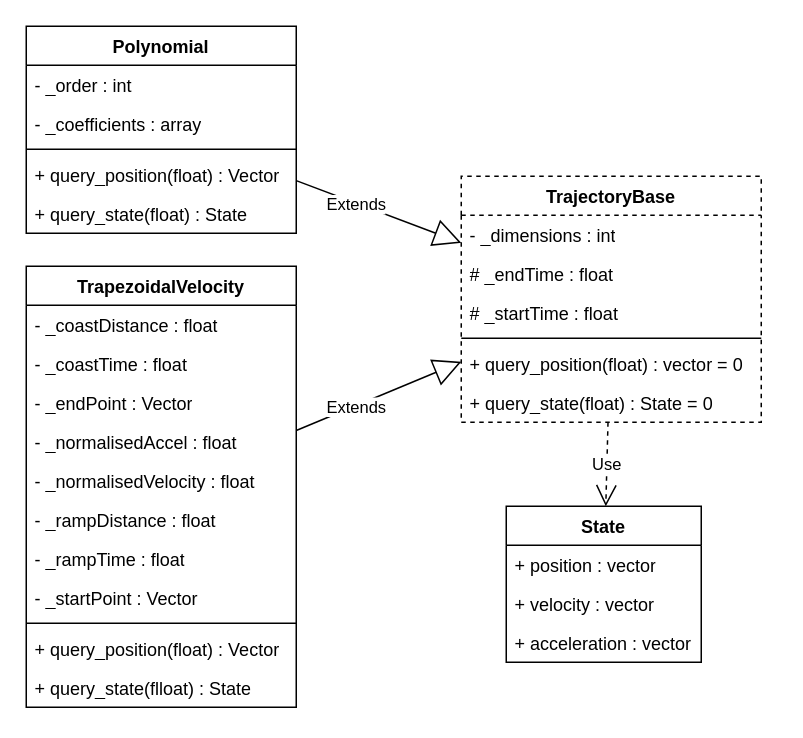
Earlier version of the draw.io diagram page "PointToPoint" (1 of 3) of Trajectory/doc/TrajectoryClassDiagrams.drawio (Woolfrey/software_robot_library). Source tidied: cells renumbered, new cells numbered last; positions are measured from the earlier drawing's top-left corner, leaving out a move shared by most shapes. Both pictures are drawn from the tidied source at 150%, with x=0, y=0 at pixel (26, 26).
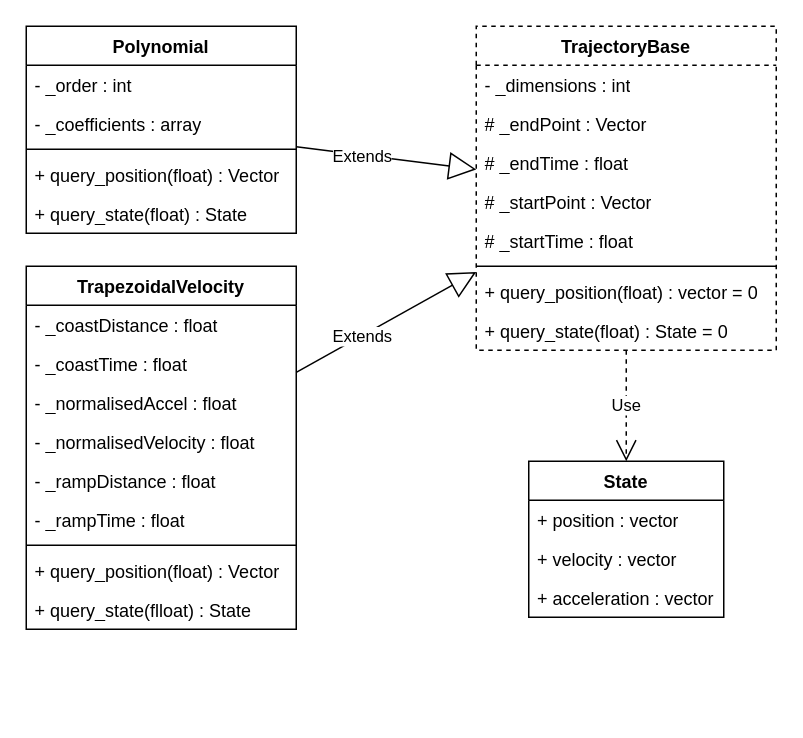
The same page after the edit.

The edit, as a diff of the source:
```diff
@@
     <mxCell id="2" value="TrajectoryBase" style="swimlane;fontStyle=1;align=center;verticalAlign=top;horizontal=1;startSize=26;whiteSpace=wrap;html=1;dashed=1;" parent="1" vertex="1">
-      <mxGeometry x="290" y="100" width="200" height="164" as="geometry" />
+      <mxGeometry x="300" width="200" height="216" as="geometry" />
     </mxCell>
@@
+    <mxCell id="34" value="# _endPoint : Vector" style="text;strokeColor=none;fillColor=none;align=left;verticalAlign=top;spacingLeft=4;spacingRight=4;overflow=hidden;whiteSpace=wrap;html=1;" parent="2" vertex="1">
+      <mxGeometry y="52" width="200" height="26" as="geometry" />
+    </mxCell>
     <mxCell id="4" value="# _endTime : float" style="text;strokeColor=none;fillColor=none;align=left;verticalAlign=top;spacingLeft=4;spacingRight=4;overflow=hidden;whiteSpace=wrap;html=1;" parent="2" vertex="1">
-      <mxGeometry y="52" width="200" height="26" as="geometry" />
+      <mxGeometry y="78" width="200" height="26" as="geometry" />
     </mxCell>
+    <mxCell id="35" value="# _startPoint : Vector" style="text;strokeColor=none;fillColor=none;align=left;verticalAlign=top;spacingLeft=4;spacingRight=4;overflow=hidden;whiteSpace=wrap;html=1;" parent="2" vertex="1">
+      <mxGeometry y="104" width="200" height="26" as="geometry" />
+    </mxCell>
     <mxCell id="5" value="# _startTime : float" style="text;strokeColor=none;fillColor=none;align=left;verticalAlign=top;spacingLeft=4;spacingRight=4;overflow=hidden;whiteSpace=wrap;html=1;" parent="2" vertex="1">
-      <mxGeometry y="78" width="200" height="26" as="geometry" />
+      <mxGeometry y="130" width="200" height="26" as="geometry" />
     </mxCell>
     <mxCell id="6" style="line;strokeWidth=1;fillColor=none;align=left;verticalAlign=middle;spacingTop=-1;spacingLeft=3;spacingRight=3;labelPosition=right;strokeColor=inherit;" parent="2" vertex="1">
-      <mxGeometry y="104" width="200" height="8" as="geometry" />
+      <mxGeometry y="156" width="200" height="8" as="geometry" />
     </mxCell>
     <mxCell id="7" value="+ query_position(float) : vector = 0" style="text;strokeColor=none;fillColor=none;align=left;verticalAlign=top;spacingLeft=4;spacingRight=4;overflow=hidden;whiteSpace=wrap;html=1;" parent="2" vertex="1">
-      <mxGeometry y="112" width="200" height="26" as="geometry" />
+      <mxGeometry y="164" width="200" height="26" as="geometry" />
     </mxCell>
     <mxCell id="8" value="+ query_state(float) : State = 0" style="text;strokeColor=none;fillColor=none;align=left;verticalAlign=top;spacingLeft=4;spacingRight=4;overflow=hidden;whiteSpace=wrap;html=1;" parent="2" vertex="1">
-      <mxGeometry y="138" width="200" height="26" as="geometry" />
+      <mxGeometry y="190" width="200" height="26" as="geometry" />
     </mxCell>
@@
     <mxCell id="15" value="TrapezoidalVelocity" style="swimlane;fontStyle=1;align=center;verticalAlign=top;horizontal=1;startSize=26;whiteSpace=wrap;html=1;" parent="1" vertex="1">
-      <mxGeometry y="160" width="180" height="294" as="geometry" />
+      <mxGeometry y="160" width="180" height="242" as="geometry" />
     </mxCell>
@@
-    <mxCell id="18" value="- _endPoint : Vector" style="text;strokeColor=none;fillColor=none;align=left;verticalAlign=top;spacingLeft=4;spacingRight=4;overflow=hidden;whiteSpace=wrap;html=1;" parent="15" vertex="1">
-      <mxGeometry y="78" width="180" height="26" as="geometry" />
-    </mxCell>
     <mxCell id="19" value="- _normalisedAccel : float" style="text;strokeColor=none;fillColor=none;align=left;verticalAlign=top;spacingLeft=4;spacingRight=4;overflow=hidden;whiteSpace=wrap;html=1;" parent="15" vertex="1">
-      <mxGeometry y="104" width="180" height="26" as="geometry" />
+      <mxGeometry y="78" width="180" height="26" as="geometry" />
     </mxCell>
     <mxCell id="20" value="- _normalisedVelocity : float" style="text;strokeColor=none;fillColor=none;align=left;verticalAlign=top;spacingLeft=4;spacingRight=4;overflow=hidden;whiteSpace=wrap;html=1;" parent="15" vertex="1">
-      <mxGeometry y="130" width="180" height="26" as="geometry" />
+      <mxGeometry y="104" width="180" height="26" as="geometry" />
     </mxCell>
     <mxCell id="21" value="- _rampDistance : float" style="text;strokeColor=none;fillColor=none;align=left;verticalAlign=top;spacingLeft=4;spacingRight=4;overflow=hidden;whiteSpace=wrap;html=1;" parent="15" vertex="1">
-      <mxGeometry y="156" width="180" height="26" as="geometry" />
+      <mxGeometry y="130" width="180" height="26" as="geometry" />
     </mxCell>
     <mxCell id="22" value="- _rampTime : float" style="text;strokeColor=none;fillColor=none;align=left;verticalAlign=top;spacingLeft=4;spacingRight=4;overflow=hidden;whiteSpace=wrap;html=1;" parent="15" vertex="1">
-      <mxGeometry y="182" width="180" height="26" as="geometry" />
+      <mxGeometry y="156" width="180" height="26" as="geometry" />
     </mxCell>
-    <mxCell id="23" value="- _startPoint : Vector" style="text;strokeColor=none;fillColor=none;align=left;verticalAlign=top;spacingLeft=4;spacingRight=4;overflow=hidden;whiteSpace=wrap;html=1;" parent="15" vertex="1">
-      <mxGeometry y="208" width="180" height="26" as="geometry" />
-    </mxCell>
     <mxCell id="24" style="line;strokeWidth=1;fillColor=none;align=left;verticalAlign=middle;spacingTop=-1;spacingLeft=3;spacingRight=3;labelPosition=right;strokeColor=inherit;" parent="15" vertex="1">
-      <mxGeometry y="234" width="180" height="8" as="geometry" />
+      <mxGeometry y="182" width="180" height="8" as="geometry" />
     </mxCell>
     <mxCell id="25" value="+ query_position(float) : Vector" style="text;strokeColor=none;fillColor=none;align=left;verticalAlign=top;spacingLeft=4;spacingRight=4;overflow=hidden;whiteSpace=wrap;html=1;" parent="15" vertex="1">
-      <mxGeometry y="242" width="180" height="26" as="geometry" />
+      <mxGeometry y="190" width="180" height="26" as="geometry" />
     </mxCell>
     <mxCell id="26" value="+ query_state(flloat) : State" style="text;strokeColor=none;fillColor=none;align=left;verticalAlign=top;spacingLeft=4;spacingRight=4;overflow=hidden;whiteSpace=wrap;html=1;" parent="15" vertex="1">
-      <mxGeometry y="268" width="180" height="26" as="geometry" />
+      <mxGeometry y="216" width="180" height="26" as="geometry" />
     </mxCell>
     <mxCell id="27" value="State" style="swimlane;fontStyle=1;align=center;verticalAlign=top;horizontal=1;startSize=26;whiteSpace=wrap;html=1;" parent="1" vertex="1">
-      <mxGeometry x="320" y="320" width="130" height="104" as="geometry" />
+      <mxGeometry x="335" y="290" width="130" height="104" as="geometry" />
     </mxCell>
```
